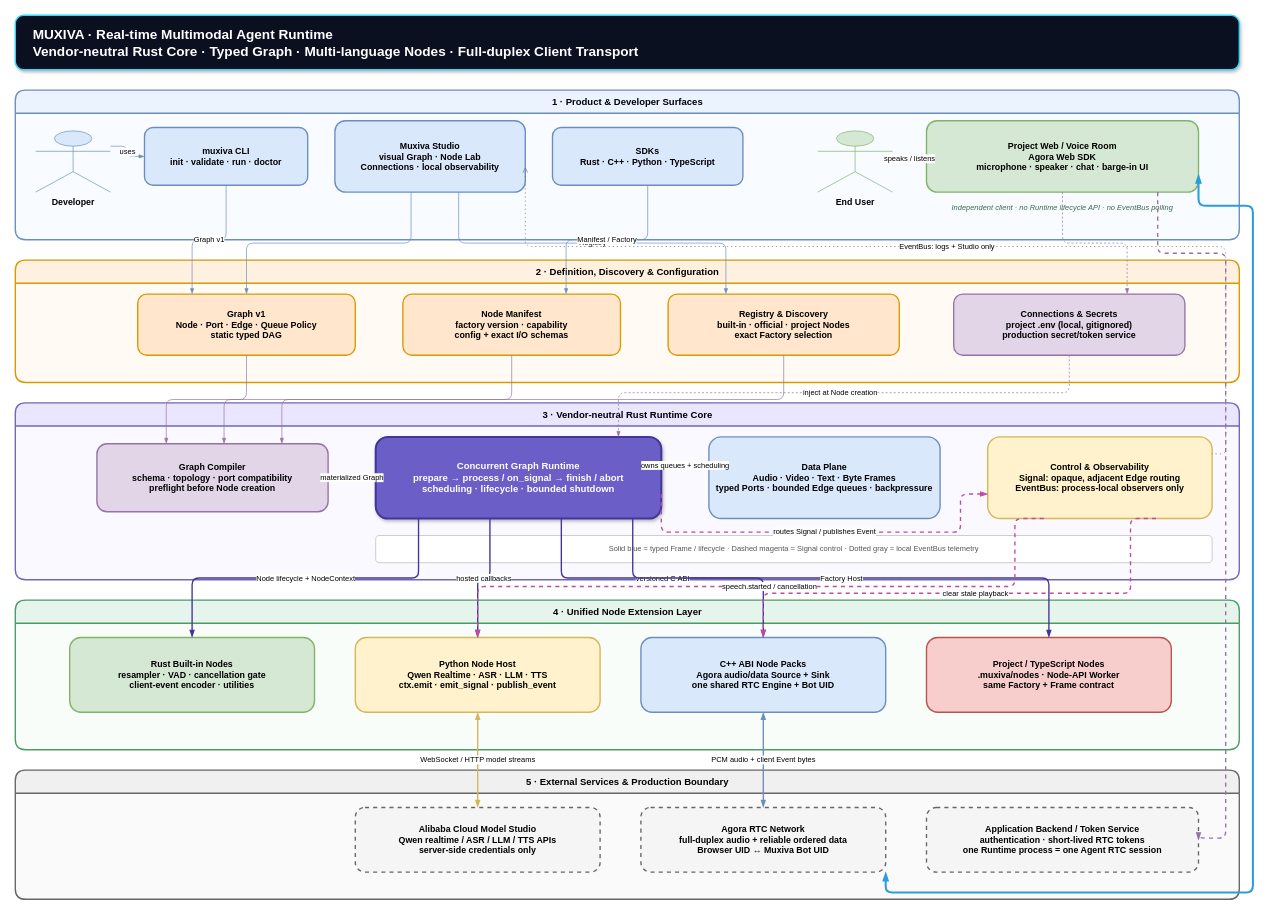
Above: docs/site/en/assets/architecture/muxiva-system-overview.drawio in PiyotaHu/Voxa (draw.io), before the change. Source tidied: cells renumbered, new cells numbered last; positions are measured from the earlier drawing's top-left corner, leaving out a move shared by most shapes. Both pictures are drawn from the tidied source at 68%, with x=0, y=0 at pixel (15, 15).
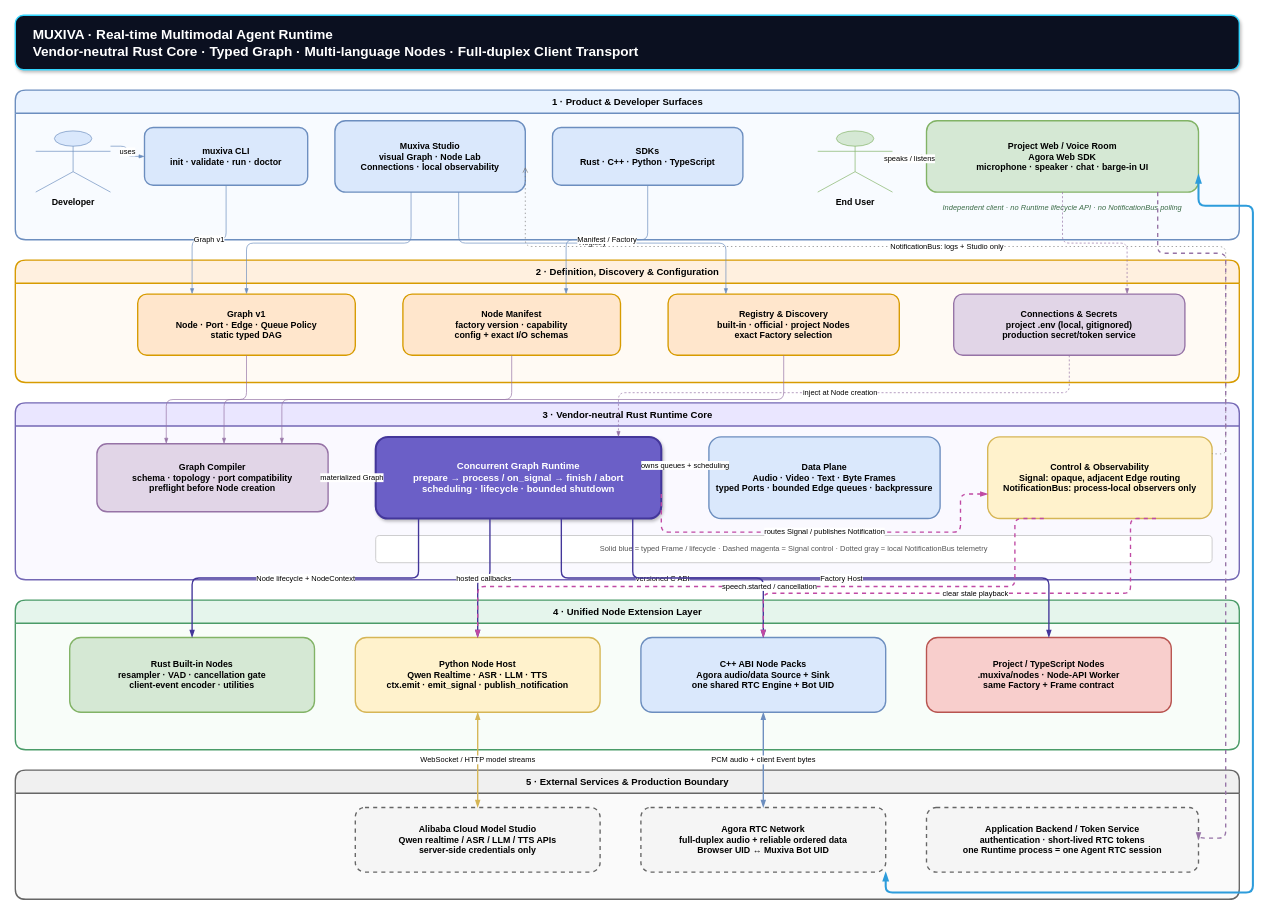
Above is the later version.

Unchanged cells that the change refers to:
```xml
<mxCell id="3" value="1 · Product &amp; Developer Surfaces" style="swimlane;startSize=34;rounded=1;html=1;fontStyle=1;fontSize=14;fillColor=#EAF3FF;swimlaneFillColor=#F8FBFF;strokeColor=#6C8EBF;strokeWidth=2;" parent="1" vertex="1">
  <mxGeometry y="110" width="1800" height="220" as="geometry" />
</mxCell>
<mxCell id="6" value="Muxiva Studio&#10;visual Graph · Node Lab&#10;Connections · local observability" style="rounded=1;whiteSpace=wrap;html=1;fillColor=#DAE8FC;strokeColor=#6C8EBF;strokeWidth=2;fontSize=13;fontStyle=1;" parent="3" vertex="1">
  <mxGeometry x="470" y="45" width="280" height="105" as="geometry" />
</mxCell>
<mxCell id="16" value="3 · Vendor-neutral Rust Runtime Core" style="swimlane;startSize=34;rounded=1;html=1;fontStyle=1;fontSize=14;fillColor=#EAE6FF;swimlaneFillColor=#FAF9FF;strokeColor=#7367B4;strokeWidth=2;" parent="1" vertex="1">
  <mxGeometry y="570" width="1800" height="260" as="geometry" />
</mxCell>
<mxCell id="18" value="Concurrent Graph Runtime&#10;prepare → process / on_signal → finish / abort&#10;scheduling · lifecycle · bounded shutdown" style="rounded=1;whiteSpace=wrap;html=1;fillColor=#6B5FC7;strokeColor=#43369A;strokeWidth=3;fontColor=#FFFFFF;fontSize=14;fontStyle=1;shadow=1;" parent="16" vertex="1">
  <mxGeometry x="530" y="50" width="420" height="120" as="geometry" />
</mxCell>
<mxCell id="22" value="4 · Unified Node Extension Layer" style="swimlane;startSize=34;rounded=1;html=1;fontStyle=1;fontSize=14;fillColor=#E5F5EC;swimlaneFillColor=#F8FDF9;strokeColor=#4A9B68;strokeWidth=2;" parent="1" vertex="1">
  <mxGeometry y="860" width="1800" height="220" as="geometry" />
</mxCell>
```

The edit, as a diff of the source:
```diff
@@
-    <mxCell id="10" value="Independent client · no Runtime lifecycle API · no EventBus polling" style="text;whiteSpace=wrap;html=1;align=center;verticalAlign=middle;fontColor=#3A6B46;fontSize=11;fontStyle=2;" parent="3" vertex="1">
+    <mxCell id="10" value="Independent client · no Runtime lifecycle API · no NotificationBus polling" style="text;whiteSpace=wrap;html=1;align=center;verticalAlign=middle;fontColor=#3A6B46;fontSize=11;fontStyle=2;" parent="3" vertex="1">
       <mxGeometry x="1340" y="160" width="400" height="25" as="geometry" />
     </mxCell>
@@
-    <mxCell id="20" value="Control &amp; Observability&#10;Signal: opaque, adjacent Edge routing&#10;EventBus: process-local observers only" style="rounded=1;whiteSpace=wrap;html=1;fillColor=#FFF2CC;strokeColor=#D6B656;strokeWidth=2;fontSize=13;fontStyle=1;" parent="16" vertex="1">
+    <mxCell id="20" value="Control &amp; Observability&#10;Signal: opaque, adjacent Edge routing&#10;NotificationBus: process-local observers only" style="rounded=1;whiteSpace=wrap;html=1;fillColor=#FFF2CC;strokeColor=#D6B656;strokeWidth=2;fontSize=13;fontStyle=1;" parent="16" vertex="1">
       <mxGeometry x="1430" y="50" width="330" height="120" as="geometry" />
     </mxCell>
-    <mxCell id="21" value="Solid blue = typed Frame / lifecycle    ·    Dashed magenta = Signal control    ·    Dotted gray = local EventBus telemetry" style="rounded=1;whiteSpace=wrap;html=1;fillColor=#FFFFFF;strokeColor=#B8B8B8;fontColor=#555555;fontSize=11;align=center;" parent="16" vertex="1">
+    <mxCell id="21" value="Solid blue = typed Frame / lifecycle    ·    Dashed magenta = Signal control    ·    Dotted gray = local NotificationBus telemetry" style="rounded=1;whiteSpace=wrap;html=1;fillColor=#FFFFFF;strokeColor=#B8B8B8;fontColor=#555555;fontSize=11;align=center;" parent="16" vertex="1">
       <mxGeometry x="530" y="195" width="1230" height="40" as="geometry" />
     </mxCell>
@@
-    <mxCell id="24" value="Python Node Host&#10;Qwen Realtime · ASR · LLM · TTS&#10;ctx.emit · emit_signal · publish_event" style="rounded=1;whiteSpace=wrap;html=1;fillColor=#FFF2CC;strokeColor=#D6B656;strokeWidth=2;fontSize=13;fontStyle=1;" parent="22" vertex="1">
+    <mxCell id="24" value="Python Node Host&#10;Qwen Realtime · ASR · LLM · TTS&#10;ctx.emit · emit_signal · publish_notification" style="rounded=1;whiteSpace=wrap;html=1;fillColor=#FFF2CC;strokeColor=#D6B656;strokeWidth=2;fontSize=13;fontStyle=1;" parent="22" vertex="1">
       <mxGeometry x="500" y="55" width="360" height="110" as="geometry" />
     </mxCell>
@@
-    <mxCell id="44" value="routes Signal / publishes Event" style="edgeStyle=orthogonalEdgeStyle;rounded=1;jettySize=auto;html=1;endArrow=blockThin;endFill=1;strokeColor=#C04AA4;dashed=1;strokeWidth=2;labelBackgroundColor=#FFFFFF;fontSize=11;exitX=1;exitY=0.7;entryX=0;entryY=0.7;" parent="1" edge="1" source="18" target="20">
+    <mxCell id="44" value="routes Signal / publishes Notification" style="edgeStyle=orthogonalEdgeStyle;rounded=1;jettySize=auto;html=1;endArrow=blockThin;endFill=1;strokeColor=#C04AA4;dashed=1;strokeWidth=2;labelBackgroundColor=#FFFFFF;fontSize=11;exitX=1;exitY=0.7;entryX=0;entryY=0.7;" parent="1" edge="1" source="18" target="20">
       <mxGeometry relative="1" as="geometry">
         <Array as="points">
           <mxPoint x="950" y="760" />
           <mxPoint x="1390" y="760" />
         </Array>
       </mxGeometry>
     </mxCell>
@@
-    <mxCell id="51" value="EventBus: logs + Studio only" style="edgeStyle=orthogonalEdgeStyle;rounded=1;jettySize=auto;html=1;endArrow=open;endFill=0;strokeColor=#777777;dashed=1;dashPattern=2 4;labelBackgroundColor=#FFFFFF;fontSize=11;exitX=1;exitY=0.2;entryX=1;entryY=0.65;" parent="1" edge="1" source="20" target="6">
+    <mxCell id="51" value="NotificationBus: logs + Studio only" style="edgeStyle=orthogonalEdgeStyle;rounded=1;jettySize=auto;html=1;endArrow=open;endFill=0;strokeColor=#777777;dashed=1;dashPattern=2 4;labelBackgroundColor=#FFFFFF;fontSize=11;exitX=1;exitY=0.2;entryX=1;entryY=0.65;" parent="1" edge="1" source="20" target="6">
       <mxGeometry relative="1" as="geometry">
         <Array as="points">
           <mxPoint x="1780" y="645" />
           <mxPoint x="1780" y="340" />
           <mxPoint x="750" y="340" />
         </Array>
       </mxGeometry>
     </mxCell>
```
